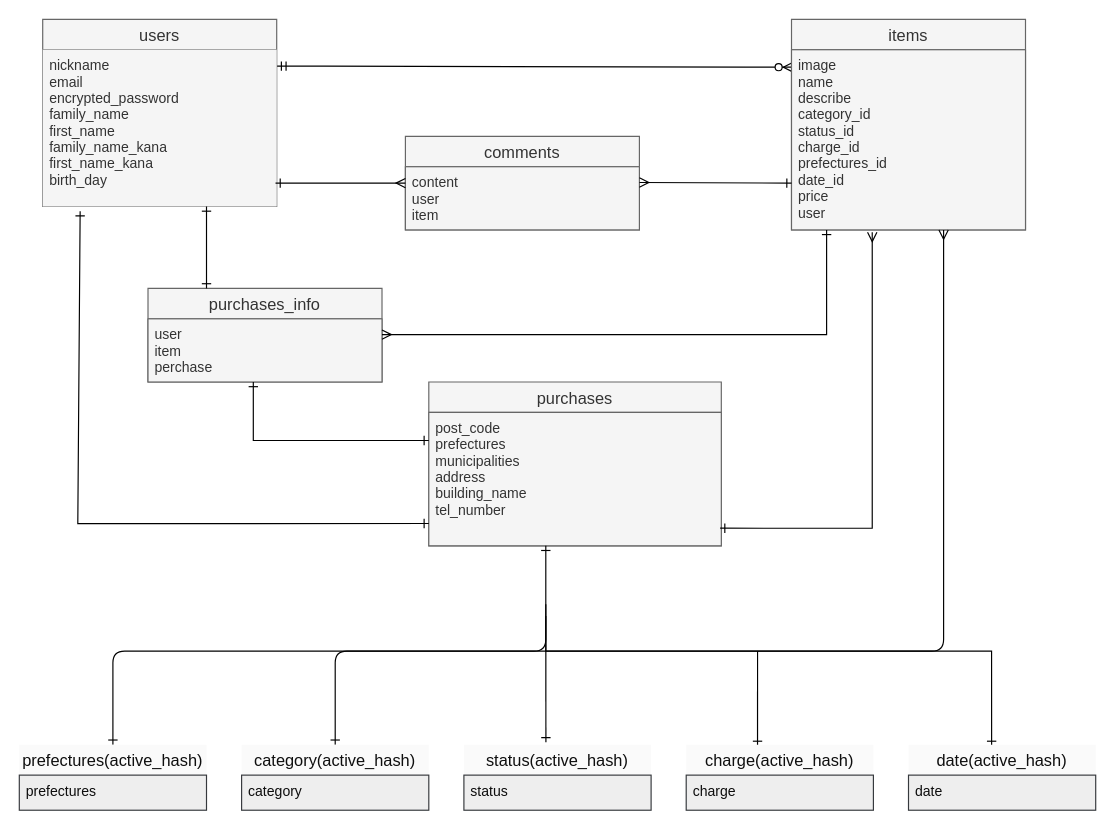
TT38294/furima-37409 keeps this draw.io diagram as er.dio. Above is the earlier version. Source tidied: cells renumbered, new cells numbered last; positions are measured from the earlier drawing's top-left corner, leaving out a move shared by most shapes. Both pictures are drawn from the tidied source at 117%, with x=0, y=0 at pixel (19, 19).
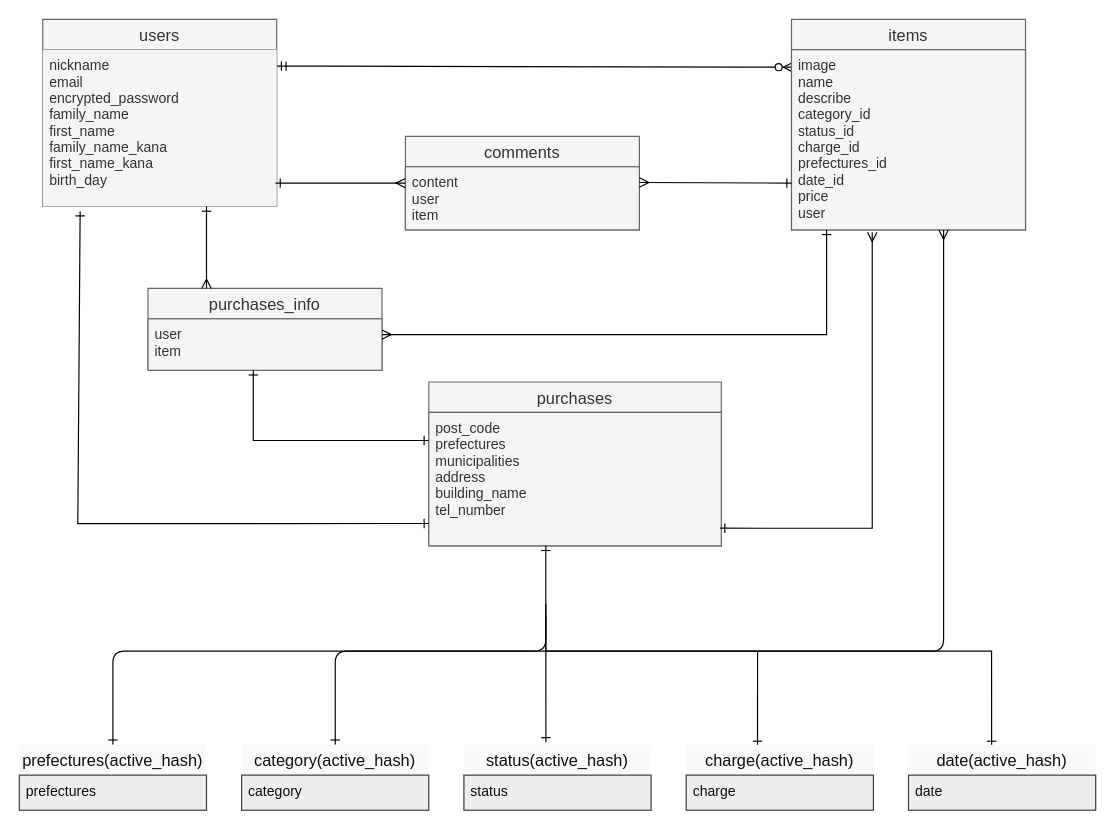
The same diagram, later.

Change to the diagram source:
```diff
@@
     <mxCell id="32" value="purchases_info" style="swimlane;fontStyle=0;horizontal=1;startSize=26;align=center;fontSize=14;fillColor=#f5f5f5;fontColor=#333333;strokeColor=#666666;" parent="1" vertex="1">
-      <mxGeometry x="110" y="230" width="200" height="80" as="geometry" />
+      <mxGeometry x="110" y="230" width="200" height="70" as="geometry" />
     </mxCell>
-    <mxCell id="33" value="user&#10;item&#10;perchase" style="text;strokeColor=#666666;fillColor=#f5f5f5;spacingLeft=4;spacingRight=4;overflow=hidden;points=[[0,0.5],[1,0.5]];portConstraint=eastwest;fontSize=12;fontColor=#333333;" parent="32" vertex="1">
-      <mxGeometry y="26" width="200" height="54" as="geometry" />
+    <mxCell id="33" value="user&#10;item" style="text;strokeColor=#666666;fillColor=#f5f5f5;spacingLeft=4;spacingRight=4;overflow=hidden;points=[[0,0.5],[1,0.5]];portConstraint=eastwest;fontSize=12;fontColor=#333333;" parent="32" vertex="1">
+      <mxGeometry y="26" width="200" height="44" as="geometry" />
     </mxCell>
-    <mxCell id="34" style="endArrow=ERone;html=1;rounded=0;fontColor=#0D0D0D;startArrow=ERone;startFill=0;endFill=0;edgeStyle=orthogonalEdgeStyle;" parent="1" edge="1">
+    <mxCell id="34" style="endArrow=ERone;html=1;rounded=0;fontColor=#0D0D0D;startArrow=ERone;startFill=0;endFill=0;edgeStyle=orthogonalEdgeStyle;" parent="1" edge="1" source="33">
       <mxGeometry relative="1" as="geometry">
-        <mxPoint x="200" y="310" as="sourcePoint" />
         <mxPoint x="350" y="360" as="targetPoint" />
         <Array as="points">
           <mxPoint x="200" y="360" />
         </Array>
       </mxGeometry>
     </mxCell>
-    <mxCell id="35" style="endArrow=ERone;html=1;rounded=0;fontColor=#0D0D0D;exitX=0.25;exitY=0;exitDx=0;exitDy=0;startArrow=ERone;startFill=0;endFill=0;" parent="1" edge="1" source="32">
+    <mxCell id="35" style="endArrow=ERone;html=1;rounded=0;fontColor=#0D0D0D;exitX=0.25;exitY=0;exitDx=0;exitDy=0;startArrow=ERmany;startFill=0;endFill=0;" parent="1" edge="1" source="32">
       <mxGeometry relative="1" as="geometry">
         <mxPoint x="160" y="160" as="targetPoint" />
       </mxGeometry>
     </mxCell>
```
